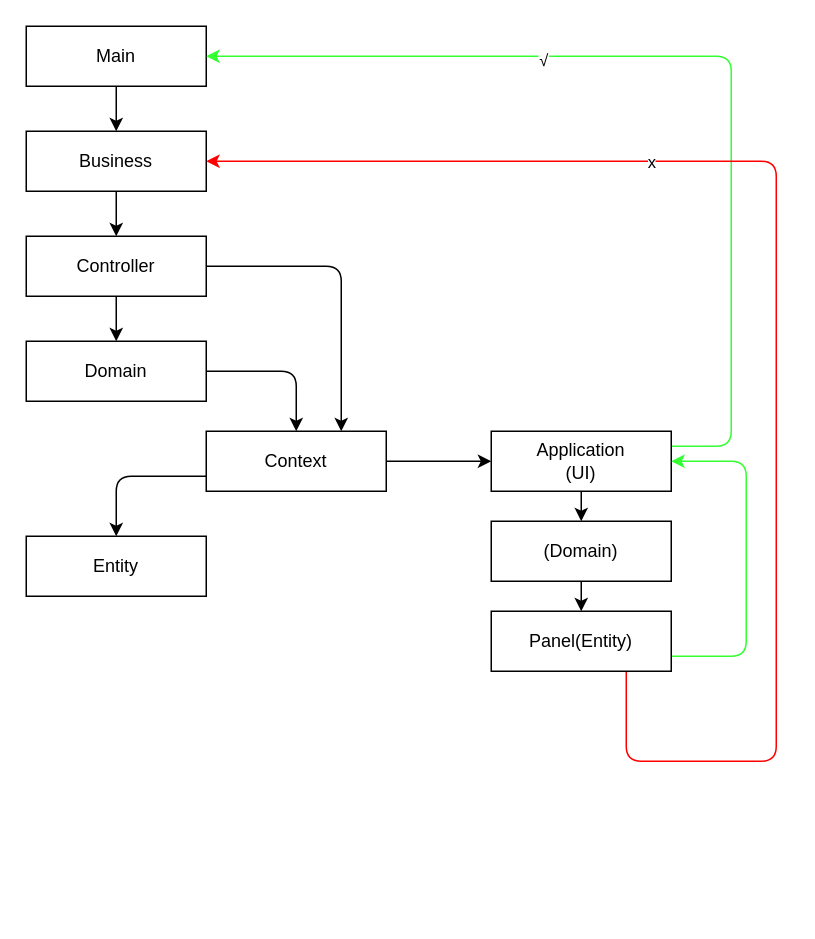
The draw.io diagram Architecture.drawio in JackGuiding/ArchitectureTutorial, before the edit. Source tidied: cells renumbered, new cells numbered last; positions are measured from the earlier drawing's top-left corner, leaving out a move shared by most shapes. Both pictures are drawn from the tidied source at 150%, with x=0, y=0 at pixel (26, 26).
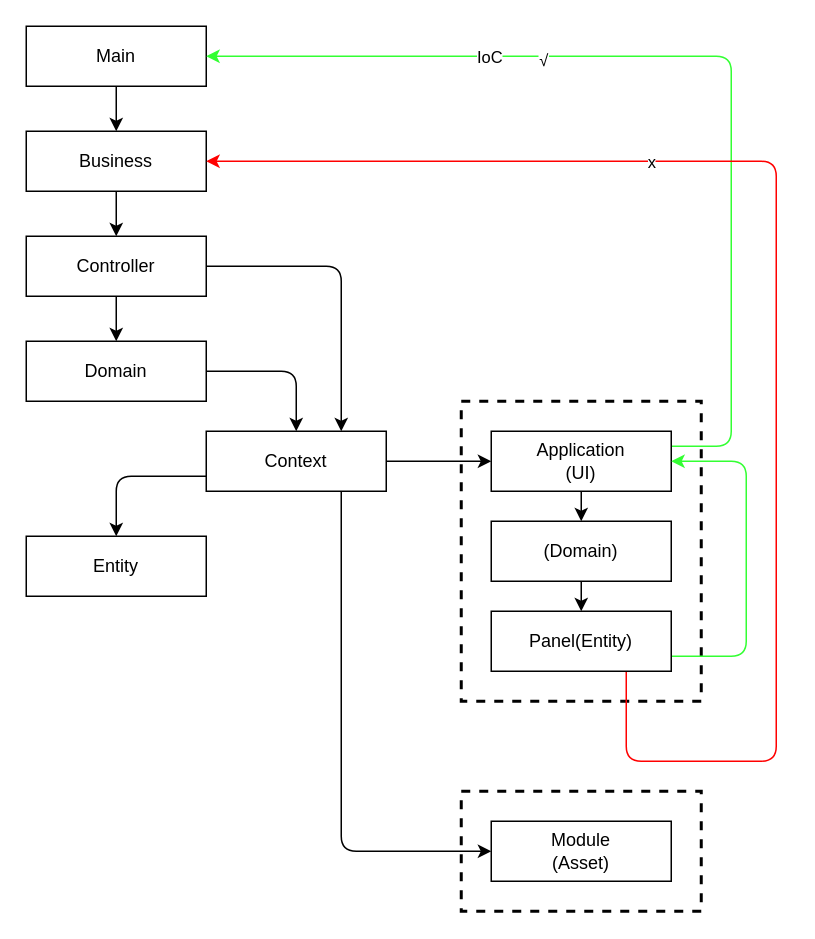
After the change.

The change refers to these unchanged cells:
```xml
<mxCell id="13" value="Context" style="rounded=0;whiteSpace=wrap;html=1;" parent="1" vertex="1">
  <mxGeometry x="120" y="270" width="120" height="40" as="geometry" />
</mxCell>
<mxCell id="16" style="edgeStyle=orthogonalEdgeStyle;html=1;exitX=1;exitY=0.25;exitDx=0;exitDy=0;entryX=1;entryY=0.5;entryDx=0;entryDy=0;strokeColor=#33FF33;" parent="1" edge="1" source="18" target="3">
  <mxGeometry relative="1" as="geometry">
    <Array as="points">
      <mxPoint x="470" y="280" />
      <mxPoint x="470" y="20" />
    </Array>
  </mxGeometry>
</mxCell>
```

Diff of the diagram source:
```diff
@@
+    <mxCell id="25" style="rounded=0;whiteSpace=wrap;html=1;fillColor=none;strokeColor=#000000;strokeWidth=2;dashed=1;" parent="1" vertex="1">
+      <mxGeometry x="290" y="510" width="160" height="80" as="geometry" />
+    </mxCell>
+    <mxCell id="26" style="rounded=0;whiteSpace=wrap;html=1;fillColor=none;strokeColor=#000000;strokeWidth=2;dashed=1;" parent="1" vertex="1">
+      <mxGeometry x="290" y="250" width="160" height="200" as="geometry" />
+    </mxCell>
@@
+    <mxCell id="27" style="edgeStyle=orthogonalEdgeStyle;shape=connector;rounded=1;html=1;exitX=0.75;exitY=1;exitDx=0;exitDy=0;entryX=0;entryY=0.5;entryDx=0;entryDy=0;labelBackgroundColor=default;strokeColor=#000000;fontFamily=Helvetica;fontSize=11;fontColor=default;endArrow=classic;" parent="1" edge="1" source="13" target="29">
+      <mxGeometry relative="1" as="geometry" />
+    </mxCell>
@@
+    <mxCell id="28" value="IoC" style="edgeLabel;html=1;align=center;verticalAlign=middle;" parent="16" vertex="1">
+      <mxGeometry x="0.42" relative="1" as="geometry" />
+    </mxCell>
@@
+    <mxCell id="29" value="Module&lt;br&gt;(Asset)" style="rounded=0;whiteSpace=wrap;html=1;" parent="1" vertex="1">
+      <mxGeometry x="310" y="530" width="120" height="40" as="geometry" />
+    </mxCell>
```
